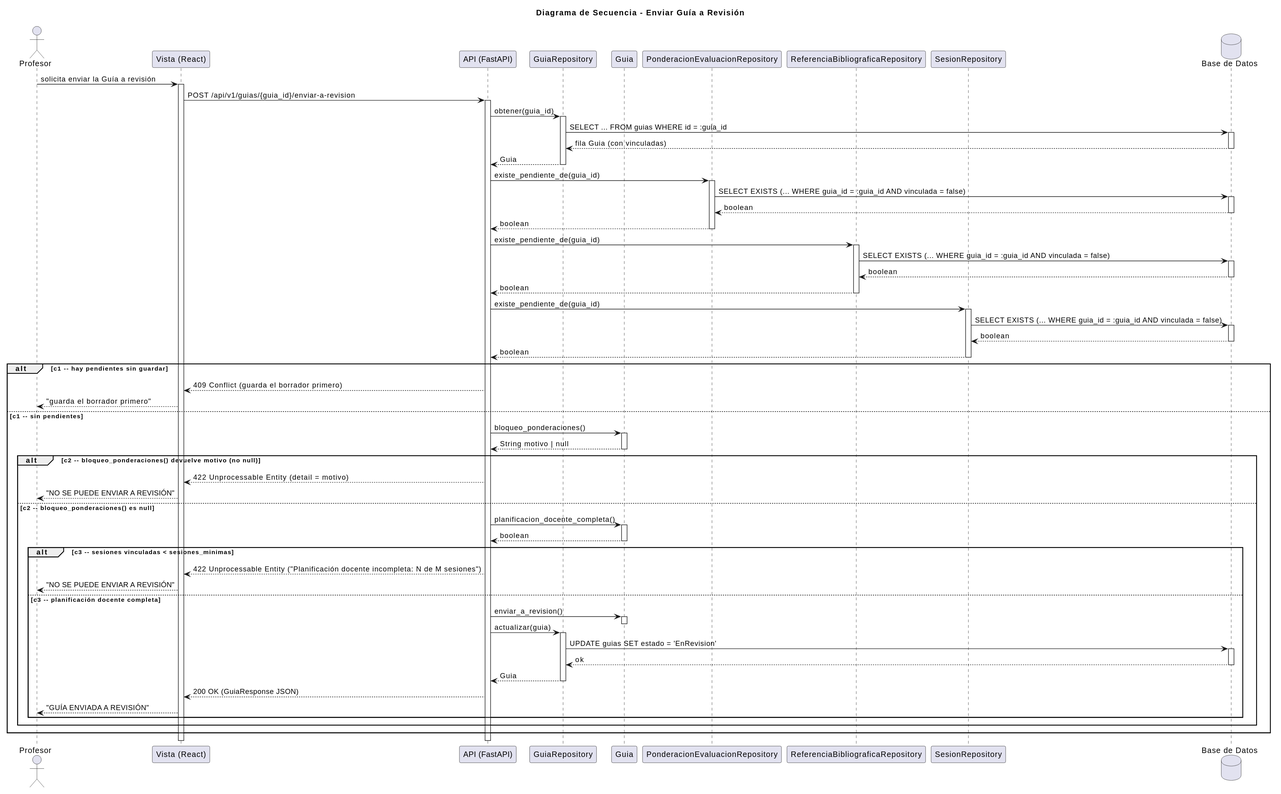
The PlantUML diagram images/RUP/03-diseño/casos-uso/enviarGuiaARevision/secuencia.svg in mmasias/pyCeldaPublico, before a commit.
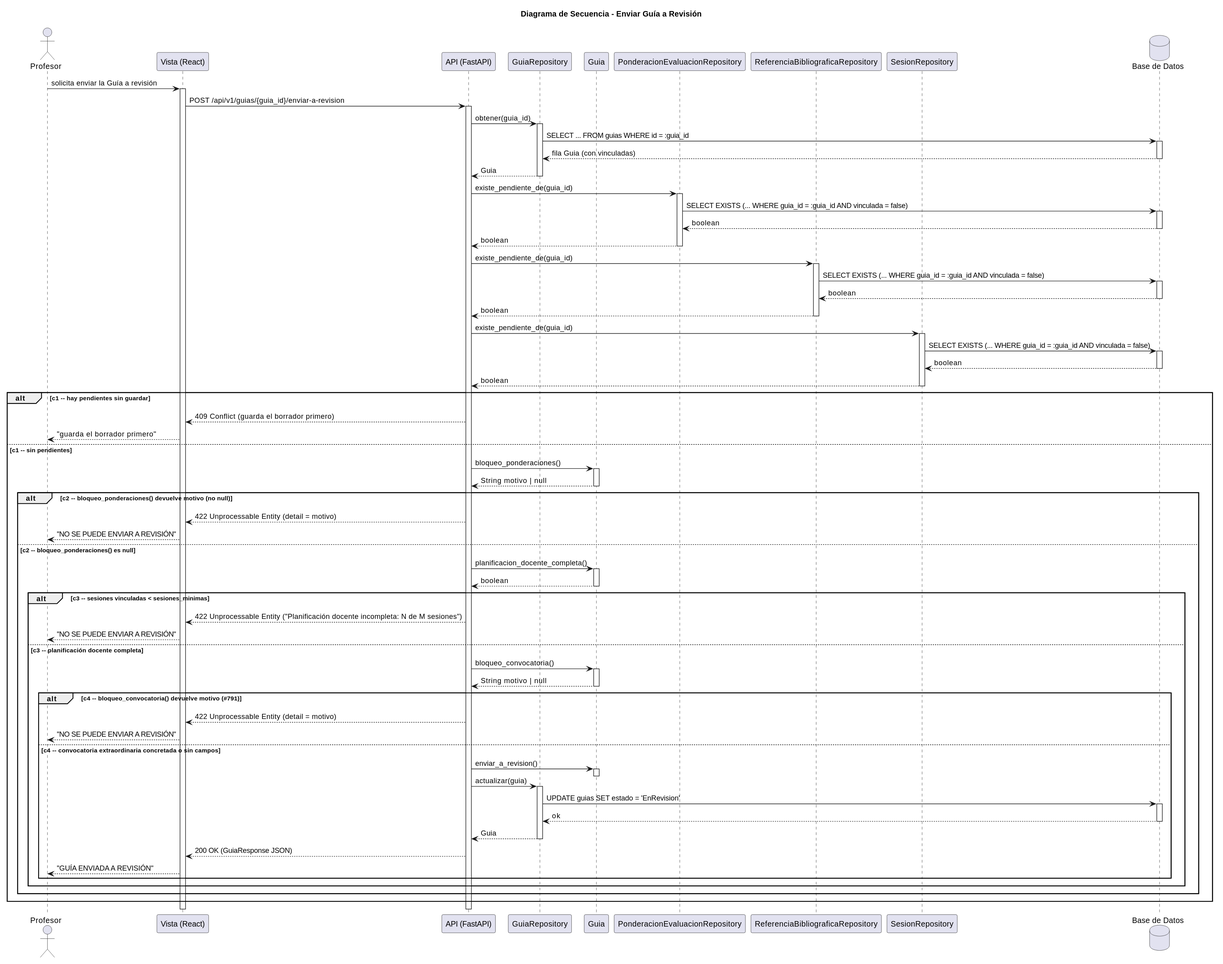
Above is the later version.

Diff of the diagram source:
```diff
@@ -74,19 +74,28 @@
       API --> Vista: 422 Unprocessable Entity ("Planificación docente incompleta: N de M sesiones")
       Vista --> Profesor: "NO SE PUEDE ENVIAR A REVISIÓN"
     else c3 -- planificación docente completa
-      API -> Guia: enviar_a_revision()
+      API -> Guia: bloqueo_convocatoria()
       activate Guia
+      Guia --> API: String motivo | null
       deactivate Guia
-      API -> GuiaRepo: actualizar(guia)
-      activate GuiaRepo
-      GuiaRepo -> DB: UPDATE guias SET estado = 'EnRevision'
-      activate DB
-      DB --> GuiaRepo: ok
-      deactivate DB
-      GuiaRepo --> API: Guia
-      deactivate GuiaRepo
-      API --> Vista: 200 OK (GuiaResponse JSON)
-      Vista --> Profesor: "GUÍA ENVIADA A REVISIÓN"
+      alt c4 -- bloqueo_convocatoria() devuelve motivo (#791)
+        API --> Vista: 422 Unprocessable Entity (detail = motivo)
+        Vista --> Profesor: "NO SE PUEDE ENVIAR A REVISIÓN"
+      else c4 -- convocatoria extraordinaria concretada o sin campos
+        API -> Guia: enviar_a_revision()
+        activate Guia
+        deactivate Guia
+        API -> GuiaRepo: actualizar(guia)
+        activate GuiaRepo
+        GuiaRepo -> DB: UPDATE guias SET estado = 'EnRevision'
+        activate DB
+        DB --> GuiaRepo: ok
+        deactivate DB
+        GuiaRepo --> API: Guia
+        deactivate GuiaRepo
+        API --> Vista: 200 OK (GuiaResponse JSON)
+        Vista --> Profesor: "GUÍA ENVIADA A REVISIÓN"
+      end
     end
   end
 end
```
